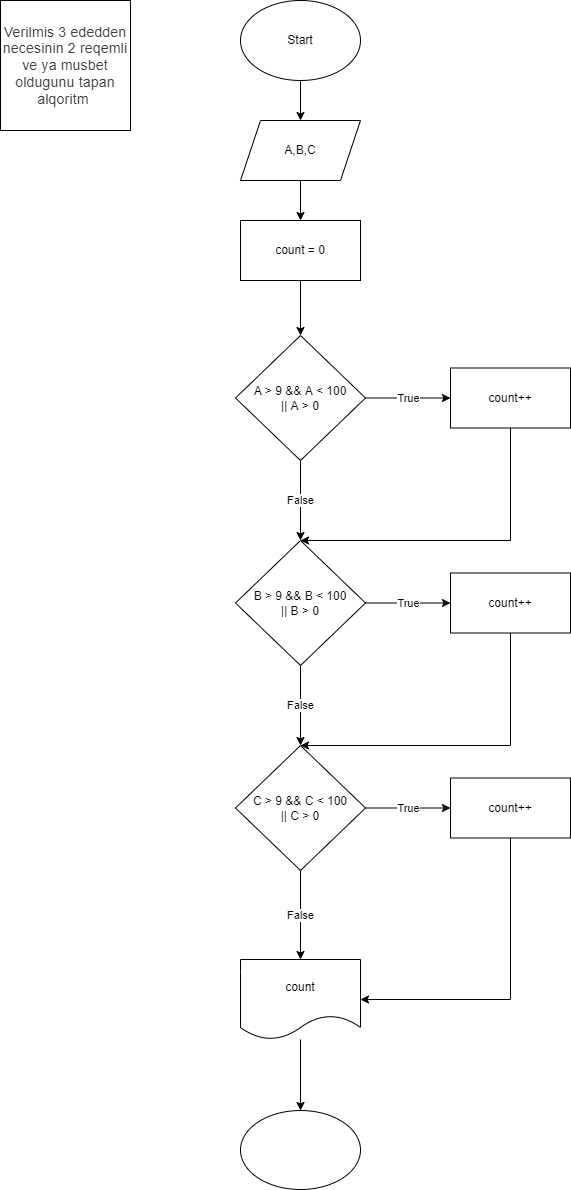
VDadashov/Tasks keeps this draw.io diagram as 23.1.2023/Task2.png. Above is the earlier version. Source tidied: cells renumbered, new cells last; positions are measured from the earlier drawing's top-left corner, leaving out a move shared by most shapes. Source of this version:
```xml
<mxGraphModel>
  <root>
    <mxCell id="0" />
    <mxCell id="1" parent="0" />
    <mxCell id="2" style="edgeStyle=orthogonalEdgeStyle;rounded=0;jettySize=auto;html=1;" parent="1" edge="1" source="3" target="5">
      <mxGeometry relative="1" as="geometry" />
    </mxCell>
    <mxCell id="3" value="Start" style="ellipse;whiteSpace=wrap;html=1;" parent="1" vertex="1">
      <mxGeometry x="240" width="120" height="80" as="geometry" />
    </mxCell>
    <mxCell id="4" style="edgeStyle=orthogonalEdgeStyle;rounded=0;jettySize=auto;html=1;" parent="1" edge="1" source="5" target="8">
      <mxGeometry relative="1" as="geometry" />
    </mxCell>
    <mxCell id="5" value="A,B,C" style="shape=parallelogram;perimeter=parallelogramPerimeter;whiteSpace=wrap;html=1;fixedSize=1;" parent="1" vertex="1">
      <mxGeometry x="240" y="120" width="120" height="60" as="geometry" />
    </mxCell>
    <mxCell id="6" value="&lt;span style=&quot;color: rgb(60, 64, 67); font-family: Roboto, Arial, sans-serif; font-size: 14px; letter-spacing: 0.2px; text-align: start;&quot;&gt;Verilmis 3 ededden necesinin 2 reqemli ve ya musbet oldugunu tapan alqoritm&amp;nbsp;&lt;/span&gt;" style="whiteSpace=wrap;html=1;" parent="1" vertex="1">
      <mxGeometry width="130" height="130" as="geometry" />
    </mxCell>
    <mxCell id="7" style="edgeStyle=orthogonalEdgeStyle;rounded=0;jettySize=auto;html=1;" parent="1" edge="1" source="8" target="11">
      <mxGeometry relative="1" as="geometry" />
    </mxCell>
    <mxCell id="8" value="count = 0" style="whiteSpace=wrap;html=1;" parent="1" vertex="1">
      <mxGeometry x="240" y="220" width="120" height="60" as="geometry" />
    </mxCell>
    <mxCell id="9" value="True" style="edgeStyle=orthogonalEdgeStyle;rounded=0;jettySize=auto;html=1;" parent="1" edge="1" source="11" target="13">
      <mxGeometry relative="1" as="geometry" />
    </mxCell>
    <mxCell id="10" value="False" style="edgeStyle=orthogonalEdgeStyle;rounded=0;jettySize=auto;html=1;" parent="1" edge="1" source="11" target="16">
      <mxGeometry relative="1" as="geometry" />
    </mxCell>
    <mxCell id="11" value="A &amp;gt; 9 &amp;amp;&amp;amp; A &amp;lt; 100&lt;br&gt;|| A &amp;gt; 0" style="rhombus;whiteSpace=wrap;html=1;" parent="1" vertex="1">
      <mxGeometry x="235" y="335" width="130" height="125" as="geometry" />
    </mxCell>
    <mxCell id="12" style="edgeStyle=orthogonalEdgeStyle;rounded=0;jettySize=auto;html=1;entryX=0.5;entryY=0;entryDx=0;entryDy=0;" parent="1" edge="1" source="13" target="16">
      <mxGeometry relative="1" as="geometry">
        <Array as="points">
          <mxPoint x="510" y="540" />
        </Array>
      </mxGeometry>
    </mxCell>
    <mxCell id="13" value="count++" style="whiteSpace=wrap;html=1;" parent="1" vertex="1">
      <mxGeometry x="450" y="367.5" width="120" height="60" as="geometry" />
    </mxCell>
    <mxCell id="14" value="False" style="edgeStyle=orthogonalEdgeStyle;rounded=0;jettySize=auto;html=1;" parent="1" edge="1" source="16" target="19">
      <mxGeometry relative="1" as="geometry" />
    </mxCell>
    <mxCell id="15" value="True" style="edgeStyle=orthogonalEdgeStyle;rounded=0;jettySize=auto;html=1;" parent="1" edge="1" source="16" target="21">
      <mxGeometry relative="1" as="geometry" />
    </mxCell>
    <mxCell id="16" value="B &amp;gt; 9 &amp;amp;&amp;amp; B &amp;lt; 100&lt;br&gt;|| B &amp;gt; 0" style="rhombus;whiteSpace=wrap;html=1;" parent="1" vertex="1">
      <mxGeometry x="235" y="540" width="130" height="125" as="geometry" />
    </mxCell>
    <mxCell id="17" value="True" style="edgeStyle=orthogonalEdgeStyle;rounded=0;jettySize=auto;html=1;" parent="1" edge="1" source="19" target="23">
      <mxGeometry relative="1" as="geometry" />
    </mxCell>
    <mxCell id="18" value="False" style="edgeStyle=orthogonalEdgeStyle;rounded=0;jettySize=auto;html=1;" parent="1" edge="1" source="19" target="25">
      <mxGeometry relative="1" as="geometry" />
    </mxCell>
    <mxCell id="19" value="C &amp;gt; 9 &amp;amp;&amp;amp; C &amp;lt; 100&lt;br&gt;|| C &amp;gt; 0" style="rhombus;whiteSpace=wrap;html=1;" parent="1" vertex="1">
      <mxGeometry x="235" y="745" width="130" height="125" as="geometry" />
    </mxCell>
    <mxCell id="20" style="edgeStyle=orthogonalEdgeStyle;rounded=0;jettySize=auto;html=1;entryX=0.5;entryY=0;entryDx=0;entryDy=0;" parent="1" edge="1" source="21" target="19">
      <mxGeometry relative="1" as="geometry">
        <Array as="points">
          <mxPoint x="510" y="745" />
        </Array>
      </mxGeometry>
    </mxCell>
    <mxCell id="21" value="count++" style="whiteSpace=wrap;html=1;" parent="1" vertex="1">
      <mxGeometry x="450" y="572.5" width="120" height="60" as="geometry" />
    </mxCell>
    <mxCell id="22" style="edgeStyle=orthogonalEdgeStyle;rounded=0;jettySize=auto;html=1;entryX=1;entryY=0.5;entryDx=0;entryDy=0;" parent="1" edge="1" source="23" target="25">
      <mxGeometry relative="1" as="geometry">
        <Array as="points">
          <mxPoint x="510" y="999" />
        </Array>
      </mxGeometry>
    </mxCell>
    <mxCell id="23" value="count++" style="whiteSpace=wrap;html=1;" parent="1" vertex="1">
      <mxGeometry x="450" y="777.5" width="120" height="60" as="geometry" />
    </mxCell>
    <mxCell id="24" style="edgeStyle=orthogonalEdgeStyle;rounded=0;jettySize=auto;html=1;" parent="1" edge="1" source="25" target="26">
      <mxGeometry relative="1" as="geometry" />
    </mxCell>
    <mxCell id="25" value="count" style="shape=document;whiteSpace=wrap;html=1;boundedLbl=1;" parent="1" vertex="1">
      <mxGeometry x="240" y="959" width="120" height="80" as="geometry" />
    </mxCell>
    <mxCell id="26" style="ellipse;whiteSpace=wrap;html=1;" parent="1" vertex="1">
      <mxGeometry x="240" y="1110" width="120" height="79" as="geometry" />
    </mxCell>
  </root>
</mxGraphModel>
```
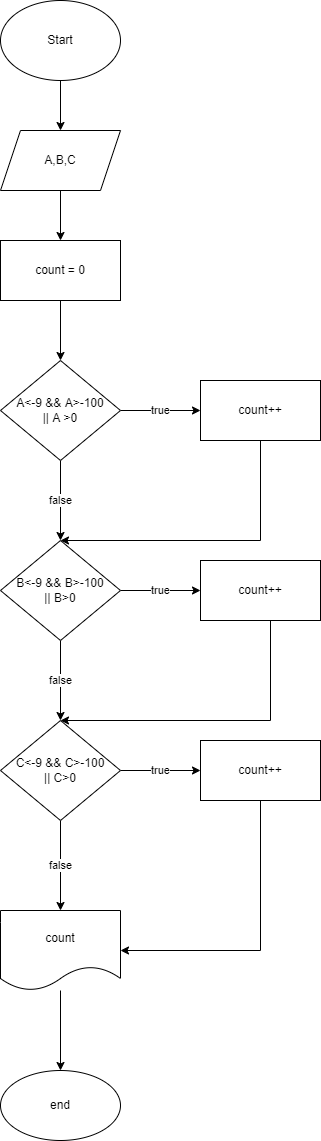
Later version of the same file.

Diff of the diagram source:
```diff
@@ -6,88 +6,85 @@
       <mxGeometry relative="1" as="geometry" />
     </mxCell>
     <mxCell id="3" value="Start" style="ellipse;whiteSpace=wrap;html=1;" parent="1" vertex="1">
-      <mxGeometry x="240" width="120" height="80" as="geometry" />
+      <mxGeometry x="230" y="-150" width="120" height="80" as="geometry" />
     </mxCell>
     <mxCell id="4" style="edgeStyle=orthogonalEdgeStyle;rounded=0;jettySize=auto;html=1;" parent="1" edge="1" source="5" target="8">
       <mxGeometry relative="1" as="geometry" />
     </mxCell>
     <mxCell id="5" value="A,B,C" style="shape=parallelogram;perimeter=parallelogramPerimeter;whiteSpace=wrap;html=1;fixedSize=1;" parent="1" vertex="1">
-      <mxGeometry x="240" y="120" width="120" height="60" as="geometry" />
+      <mxGeometry x="230" y="-20" width="120" height="60" as="geometry" />
     </mxCell>
-    <mxCell id="6" value="&lt;span style=&quot;color: rgb(60, 64, 67); font-family: Roboto, Arial, sans-serif; font-size: 14px; letter-spacing: 0.2px; text-align: start;&quot;&gt;Verilmis 3 ededden necesinin 2 reqemli ve ya musbet oldugunu tapan alqoritm&amp;nbsp;&lt;/span&gt;" style="whiteSpace=wrap;html=1;" parent="1" vertex="1">
-      <mxGeometry width="130" height="130" as="geometry" />
-    </mxCell>
-    <mxCell id="7" style="edgeStyle=orthogonalEdgeStyle;rounded=0;jettySize=auto;html=1;" parent="1" edge="1" source="8" target="11">
-      <mxGeometry relative="1" as="geometry" />
-    </mxCell>
+    <mxCell id="27" style="edgeStyle=orthogonalEdgeStyle;rounded=0;jettySize=auto;html=1;" parent="1" edge="1" source="8" target="30">
+      <mxGeometry relative="1" as="geometry" />
+    </mxCell>
     <mxCell id="8" value="count = 0" style="whiteSpace=wrap;html=1;" parent="1" vertex="1">
-      <mxGeometry x="240" y="220" width="120" height="60" as="geometry" />
+      <mxGeometry x="230" y="90" width="120" height="60" as="geometry" />
     </mxCell>
-    <mxCell id="9" value="True" style="edgeStyle=orthogonalEdgeStyle;rounded=0;jettySize=auto;html=1;" parent="1" edge="1" source="11" target="13">
-      <mxGeometry relative="1" as="geometry" />
-    </mxCell>
-    <mxCell id="10" value="False" style="edgeStyle=orthogonalEdgeStyle;rounded=0;jettySize=auto;html=1;" parent="1" edge="1" source="11" target="16">
-      <mxGeometry relative="1" as="geometry" />
-    </mxCell>
-    <mxCell id="11" value="A &amp;gt; 9 &amp;amp;&amp;amp; A &amp;lt; 100&lt;br&gt;|| A &amp;gt; 0" style="rhombus;whiteSpace=wrap;html=1;" parent="1" vertex="1">
-      <mxGeometry x="235" y="335" width="130" height="125" as="geometry" />
-    </mxCell>
-    <mxCell id="12" style="edgeStyle=orthogonalEdgeStyle;rounded=0;jettySize=auto;html=1;entryX=0.5;entryY=0;entryDx=0;entryDy=0;" parent="1" edge="1" source="13" target="16">
-      <mxGeometry relative="1" as="geometry">
-        <Array as="points">
-          <mxPoint x="510" y="540" />
-        </Array>
-      </mxGeometry>
-    </mxCell>
-    <mxCell id="13" value="count++" style="whiteSpace=wrap;html=1;" parent="1" vertex="1">
-      <mxGeometry x="450" y="367.5" width="120" height="60" as="geometry" />
-    </mxCell>
-    <mxCell id="14" value="False" style="edgeStyle=orthogonalEdgeStyle;rounded=0;jettySize=auto;html=1;" parent="1" edge="1" source="16" target="19">
-      <mxGeometry relative="1" as="geometry" />
-    </mxCell>
-    <mxCell id="15" value="True" style="edgeStyle=orthogonalEdgeStyle;rounded=0;jettySize=auto;html=1;" parent="1" edge="1" source="16" target="21">
-      <mxGeometry relative="1" as="geometry" />
-    </mxCell>
-    <mxCell id="16" value="B &amp;gt; 9 &amp;amp;&amp;amp; B &amp;lt; 100&lt;br&gt;|| B &amp;gt; 0" style="rhombus;whiteSpace=wrap;html=1;" parent="1" vertex="1">
-      <mxGeometry x="235" y="540" width="130" height="125" as="geometry" />
-    </mxCell>
-    <mxCell id="17" value="True" style="edgeStyle=orthogonalEdgeStyle;rounded=0;jettySize=auto;html=1;" parent="1" edge="1" source="19" target="23">
-      <mxGeometry relative="1" as="geometry" />
-    </mxCell>
-    <mxCell id="18" value="False" style="edgeStyle=orthogonalEdgeStyle;rounded=0;jettySize=auto;html=1;" parent="1" edge="1" source="19" target="25">
-      <mxGeometry relative="1" as="geometry" />
-    </mxCell>
-    <mxCell id="19" value="C &amp;gt; 9 &amp;amp;&amp;amp; C &amp;lt; 100&lt;br&gt;|| C &amp;gt; 0" style="rhombus;whiteSpace=wrap;html=1;" parent="1" vertex="1">
-      <mxGeometry x="235" y="745" width="130" height="125" as="geometry" />
-    </mxCell>
-    <mxCell id="20" style="edgeStyle=orthogonalEdgeStyle;rounded=0;jettySize=auto;html=1;entryX=0.5;entryY=0;entryDx=0;entryDy=0;" parent="1" edge="1" source="21" target="19">
-      <mxGeometry relative="1" as="geometry">
-        <Array as="points">
-          <mxPoint x="510" y="745" />
-        </Array>
-      </mxGeometry>
-    </mxCell>
-    <mxCell id="21" value="count++" style="whiteSpace=wrap;html=1;" parent="1" vertex="1">
-      <mxGeometry x="450" y="572.5" width="120" height="60" as="geometry" />
-    </mxCell>
-    <mxCell id="22" style="edgeStyle=orthogonalEdgeStyle;rounded=0;jettySize=auto;html=1;entryX=1;entryY=0.5;entryDx=0;entryDy=0;" parent="1" edge="1" source="23" target="25">
-      <mxGeometry relative="1" as="geometry">
-        <Array as="points">
-          <mxPoint x="510" y="999" />
-        </Array>
-      </mxGeometry>
-    </mxCell>
-    <mxCell id="23" value="count++" style="whiteSpace=wrap;html=1;" parent="1" vertex="1">
-      <mxGeometry x="450" y="777.5" width="120" height="60" as="geometry" />
-    </mxCell>
-    <mxCell id="24" style="edgeStyle=orthogonalEdgeStyle;rounded=0;jettySize=auto;html=1;" parent="1" edge="1" source="25" target="26">
-      <mxGeometry relative="1" as="geometry" />
-    </mxCell>
+    <mxCell id="28" value="true" style="edgeStyle=orthogonalEdgeStyle;rounded=0;jettySize=auto;html=1;" parent="1" edge="1" source="30" target="32">
+      <mxGeometry relative="1" as="geometry" />
+    </mxCell>
+    <mxCell id="29" value="false" style="edgeStyle=orthogonalEdgeStyle;rounded=0;jettySize=auto;html=1;" parent="1" edge="1" source="30" target="35">
+      <mxGeometry relative="1" as="geometry" />
+    </mxCell>
+    <mxCell id="30" value="A&amp;lt;-9 &amp;amp;&amp;amp; A&amp;gt;-100&lt;br&gt;|| A &amp;gt;0" style="rhombus;whiteSpace=wrap;html=1;" parent="1" vertex="1">
+      <mxGeometry x="230" y="210" width="120" height="100" as="geometry" />
+    </mxCell>
+    <mxCell id="31" style="edgeStyle=orthogonalEdgeStyle;rounded=0;jettySize=auto;html=1;entryX=0.5;entryY=0;entryDx=0;entryDy=0;" parent="1" edge="1" source="32" target="35">
+      <mxGeometry relative="1" as="geometry">
+        <Array as="points">
+          <mxPoint x="490" y="390" />
+        </Array>
+      </mxGeometry>
+    </mxCell>
+    <mxCell id="32" value="count++" style="whiteSpace=wrap;html=1;" parent="1" vertex="1">
+      <mxGeometry x="430" y="230" width="120" height="60" as="geometry" />
+    </mxCell>
+    <mxCell id="33" value="true" style="edgeStyle=orthogonalEdgeStyle;rounded=0;jettySize=auto;html=1;" parent="1" edge="1" source="35" target="37">
+      <mxGeometry relative="1" as="geometry" />
+    </mxCell>
+    <mxCell id="34" value="false" style="edgeStyle=orthogonalEdgeStyle;rounded=0;jettySize=auto;html=1;" parent="1" edge="1" source="35" target="40">
+      <mxGeometry relative="1" as="geometry" />
+    </mxCell>
+    <mxCell id="35" value="B&amp;lt;-9 &amp;amp;&amp;amp; B&amp;gt;-100&lt;br&gt;|| B&amp;gt;0" style="rhombus;whiteSpace=wrap;html=1;" parent="1" vertex="1">
+      <mxGeometry x="230" y="390" width="120" height="100" as="geometry" />
+    </mxCell>
+    <mxCell id="36" style="edgeStyle=orthogonalEdgeStyle;rounded=0;jettySize=auto;html=1;entryX=0.5;entryY=0;entryDx=0;entryDy=0;" parent="1" edge="1" source="37" target="40">
+      <mxGeometry relative="1" as="geometry">
+        <Array as="points">
+          <mxPoint x="500" y="570" />
+        </Array>
+      </mxGeometry>
+    </mxCell>
+    <mxCell id="37" value="count++" style="whiteSpace=wrap;html=1;" parent="1" vertex="1">
+      <mxGeometry x="430" y="410" width="120" height="60" as="geometry" />
+    </mxCell>
+    <mxCell id="38" value="true" style="edgeStyle=orthogonalEdgeStyle;rounded=0;jettySize=auto;html=1;" parent="1" edge="1" source="40" target="42">
+      <mxGeometry relative="1" as="geometry" />
+    </mxCell>
+    <mxCell id="39" value="false" style="edgeStyle=orthogonalEdgeStyle;rounded=0;jettySize=auto;html=1;" parent="1" edge="1" source="40" target="25">
+      <mxGeometry relative="1" as="geometry" />
+    </mxCell>
+    <mxCell id="40" value="C&amp;lt;-9 &amp;amp;&amp;amp; C&amp;gt;-100&lt;br&gt;|| C&amp;gt;0" style="rhombus;whiteSpace=wrap;html=1;" parent="1" vertex="1">
+      <mxGeometry x="230" y="570" width="120" height="100" as="geometry" />
+    </mxCell>
+    <mxCell id="41" style="edgeStyle=orthogonalEdgeStyle;rounded=0;jettySize=auto;html=1;entryX=1;entryY=0.5;entryDx=0;entryDy=0;" parent="1" edge="1" source="42" target="25">
+      <mxGeometry relative="1" as="geometry">
+        <Array as="points">
+          <mxPoint x="490" y="800" />
+        </Array>
+      </mxGeometry>
+    </mxCell>
+    <mxCell id="42" value="count++" style="whiteSpace=wrap;html=1;" parent="1" vertex="1">
+      <mxGeometry x="430" y="590" width="120" height="60" as="geometry" />
+    </mxCell>
+    <mxCell id="43" style="edgeStyle=orthogonalEdgeStyle;rounded=0;jettySize=auto;html=1;" parent="1" edge="1" source="25" target="44">
+      <mxGeometry relative="1" as="geometry" />
+    </mxCell>
     <mxCell id="25" value="count" style="shape=document;whiteSpace=wrap;html=1;boundedLbl=1;" parent="1" vertex="1">
-      <mxGeometry x="240" y="959" width="120" height="80" as="geometry" />
+      <mxGeometry x="230" y="760" width="120" height="80" as="geometry" />
     </mxCell>
-    <mxCell id="26" style="ellipse;whiteSpace=wrap;html=1;" parent="1" vertex="1">
-      <mxGeometry x="240" y="1110" width="120" height="79" as="geometry" />
-    </mxCell>
+    <mxCell id="44" value="end" style="ellipse;whiteSpace=wrap;html=1;" parent="1" vertex="1">
+      <mxGeometry x="230" y="920" width="120" height="70" as="geometry" />
+    </mxCell>
   </root>
 </mxGraphModel>
```
